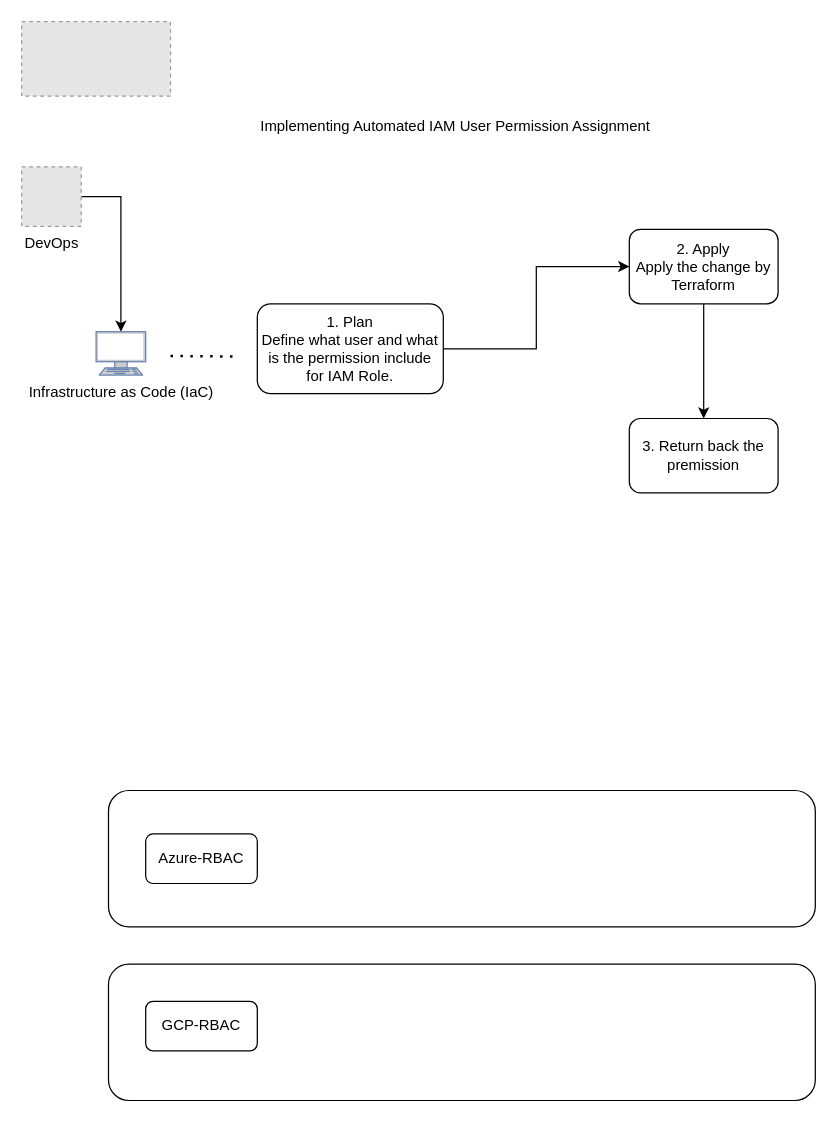
Earlier version of the draw.io diagram Terraform-Cloud-RBAC.drawio (Tonyfu09/AWS). Source tidied: cells renumbered, new cells numbered last; positions are measured from the earlier drawing's top-left corner, leaving out a move shared by most shapes. Both pictures are drawn from the tidied source at 124%, with x=0, y=0 at pixel (21, 21). Pictures stored in the file or linked from it are replaced by grey dashed boxes.
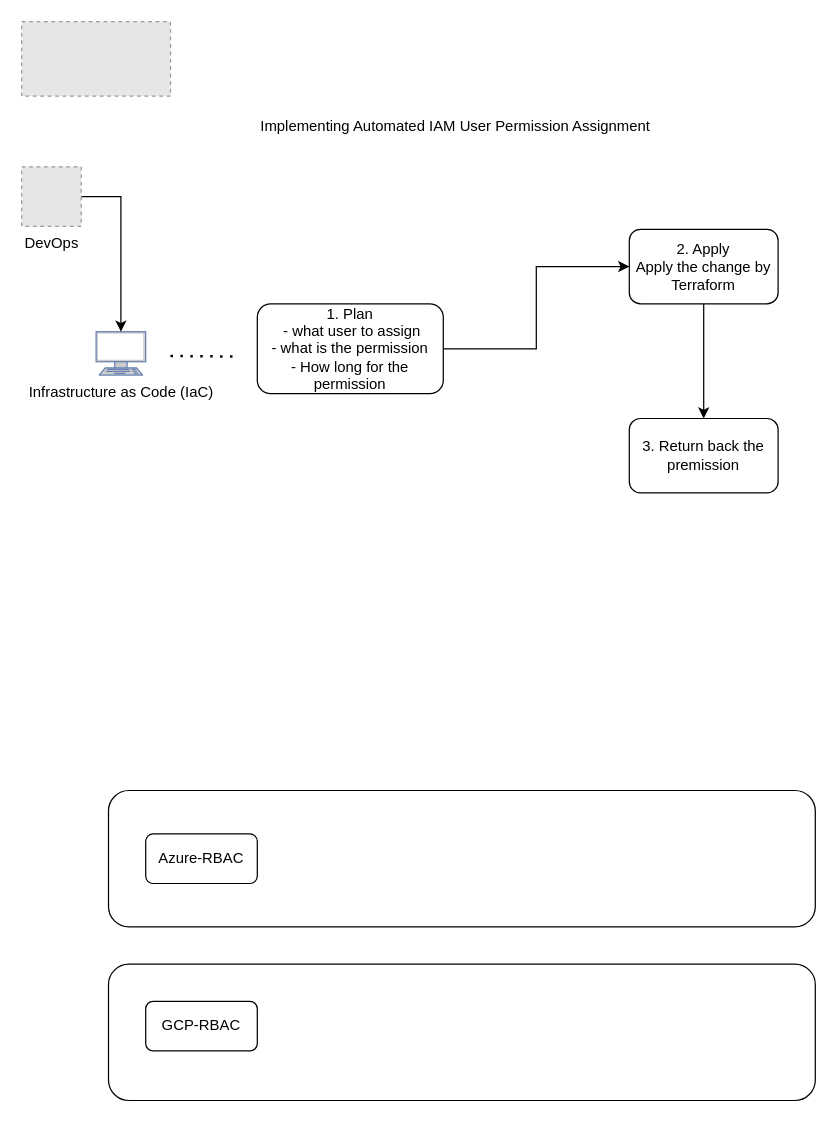
Above is the later version.

The edit, as a diff of the source:
```diff
@@
 <mxGraphModel>
   <root>
     <mxCell id="0" />
     <mxCell id="1" parent="0" />
     <mxCell id="2" style="rounded=1;whiteSpace=wrap;html=1;fillColor=none;" parent="1" vertex="1">
       <mxGeometry x="70" y="620" width="570" height="110" as="geometry" />
     </mxCell>
     <mxCell id="3" style="rounded=1;whiteSpace=wrap;html=1;fillColor=none;" parent="1" vertex="1">
       <mxGeometry x="70" y="760" width="570" height="110" as="geometry" />
     </mxCell>
     <mxCell id="4" style="edgeStyle=orthogonalEdgeStyle;rounded=0;jettySize=auto;html=1;" parent="1" edge="1" source="5" target="15">
       <mxGeometry relative="1" as="geometry" />
     </mxCell>
-    <mxCell id="5" value="1. Plan &lt;br&gt;Define what user and what is the permission include for IAM Role." style="rounded=1;whiteSpace=wrap;html=1;gradientColor=none;" parent="1" vertex="1">
+    <mxCell id="5" value="1. Plan &lt;br&gt;&amp;nbsp;- what user to assign&lt;br&gt;- what is the permission&lt;br&gt;- How long for the permission" style="rounded=1;whiteSpace=wrap;html=1;gradientColor=none;" parent="1" vertex="1">
       <mxGeometry x="190" y="227.5" width="150" height="72.5" as="geometry" />
     </mxCell>
     <mxCell id="6" value="Azure-RBAC" style="rounded=1;whiteSpace=wrap;html=1;" parent="1" vertex="1">
       <mxGeometry x="100" y="655" width="90" height="40" as="geometry" />
     </mxCell>
     <mxCell id="7" value="GCP-RBAC" style="rounded=1;whiteSpace=wrap;html=1;" parent="1" vertex="1">
       <mxGeometry x="100" y="790" width="90" height="40" as="geometry" />
     </mxCell>
     <mxCell id="8" style="endArrow=none;dashed=1;html=1;dashPattern=1 3;strokeWidth=2;rounded=0;" parent="1" edge="1">
       <mxGeometry relative="1" as="geometry">
         <mxPoint x="120" y="269.6" as="sourcePoint" />
         <mxPoint x="170" y="270" as="targetPoint" />
       </mxGeometry>
     </mxCell>
     <mxCell id="9" style="fillColor=#E6E6E6;strokeColor=#999999;dashed=1;verticalLabelPosition=bottom;verticalAlign=top;" parent="1" vertex="1">
       <mxGeometry width="120" height="60" as="geometry" />
     </mxCell>
     <mxCell id="10" value="&lt;font color=&quot;#000000&quot;&gt;Infrastructure as Code (IaC)&lt;/font&gt;" style="fontColor=#0066CC;verticalAlign=top;verticalLabelPosition=bottom;labelPosition=center;align=center;html=1;outlineConnect=0;fillColor=#CCCCCC;strokeColor=#6881B3;gradientColor=none;gradientDirection=north;strokeWidth=2;shape=mxgraph.networks.terminal;" parent="1" vertex="1">
       <mxGeometry x="60" y="250" width="40" height="35" as="geometry" />
     </mxCell>
     <mxCell id="11" style="edgeStyle=orthogonalEdgeStyle;rounded=0;jettySize=auto;html=1;" parent="1" edge="1" source="12" target="10">
       <mxGeometry relative="1" as="geometry" />
     </mxCell>
     <mxCell id="12" value="DevOps" style="fillColor=#E6E6E6;strokeColor=#999999;dashed=1;html=1;verticalAlign=top;verticalLabelPosition=bottom;labelBackgroundColor=#ffffff;" parent="1" vertex="1">
       <mxGeometry y="117" width="48" height="48" as="geometry" />
     </mxCell>
     <mxCell id="13" value="Implementing Automated IAM User Permission Assignment" style="text;html=1;strokeColor=none;fillColor=none;align=center;verticalAlign=middle;whiteSpace=wrap;rounded=0;" parent="1" vertex="1">
       <mxGeometry x="180" y="70" width="340" height="30" as="geometry" />
     </mxCell>
     <mxCell id="14" style="edgeStyle=orthogonalEdgeStyle;rounded=0;jettySize=auto;html=1;" parent="1" edge="1" source="15" target="16">
       <mxGeometry relative="1" as="geometry" />
     </mxCell>
     <mxCell id="15" value="2. Apply&lt;br&gt;Apply the change by Terraform" style="whiteSpace=wrap;html=1;rounded=1;gradientColor=none;" parent="1" vertex="1">
       <mxGeometry x="490" y="167.5" width="120" height="60" as="geometry" />
     </mxCell>
     <mxCell id="16" value="3. Return back the premission" style="whiteSpace=wrap;html=1;rounded=1;gradientColor=none;" parent="1" vertex="1">
       <mxGeometry x="490" y="320" width="120" height="60" as="geometry" />
     </mxCell>
   </root>
 </mxGraphModel>
```
